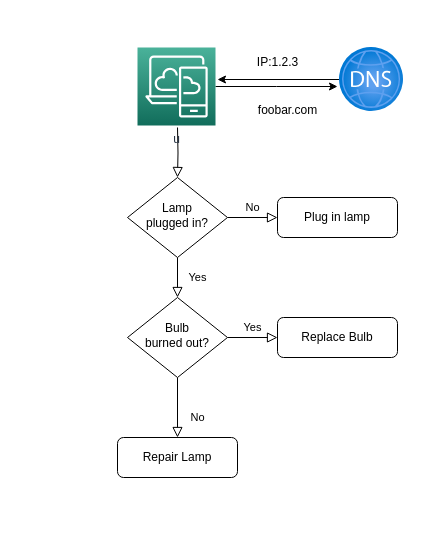
Ayobami6/alx-system_engineering-devops keeps this draw.io diagram as command_line_for_the_win/Web.drawio. Above is the earlier version. Source tidied: cells renumbered, new cells numbered last; positions are measured from the earlier drawing's top-left corner, leaving out a move shared by most shapes. Both pictures are drawn from the tidied source at 100%, with x=0, y=0 at pixel (117, 47).
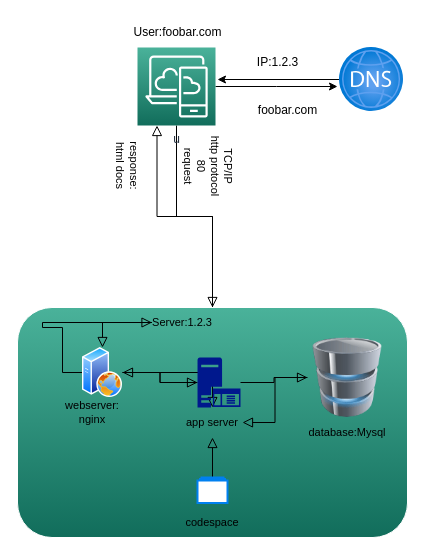
Above is the later version.

The change refers to these unchanged cells:
```xml
<mxCell id="13" value="u" style="sketch=0;points=[[0,0,0],[0.25,0,0],[0.5,0,0],[0.75,0,0],[1,0,0],[0,1,0],[0.25,1,0],[0.5,1,0],[0.75,1,0],[1,1,0],[0,0.25,0],[0,0.5,0],[0,0.75,0],[1,0.25,0],[1,0.5,0],[1,0.75,0]];outlineConnect=0;fontColor=#232F3E;gradientColor=#4AB29A;gradientDirection=north;fillColor=#116D5B;strokeColor=#ffffff;dashed=0;verticalLabelPosition=bottom;verticalAlign=top;align=center;html=1;fontSize=12;fontStyle=0;shape=mxgraph.aws4.resourceIcon;resIcon=mxgraph.aws4.desktop_and_app_streaming;" parent="1" vertex="1">
  <mxGeometry x="20" width="78" height="78" as="geometry" />
</mxCell>
```

The edit, as a diff of the source:
```diff
@@
-    <mxCell id="2" style="rounded=0;html=1;jettySize=auto;fontSize=11;endArrow=block;endFill=0;endSize=8;strokeWidth=1;shadow=0;labelBackgroundColor=none;edgeStyle=orthogonalEdgeStyle;" parent="1" edge="1" target="5">
-      <mxGeometry relative="1" as="geometry">
-        <mxPoint x="60" y="80" as="sourcePoint" />
-      </mxGeometry>
-    </mxCell>
-    <mxCell id="3" value="Yes" style="rounded=0;html=1;jettySize=auto;fontSize=11;endArrow=block;endFill=0;endSize=8;strokeWidth=1;shadow=0;labelBackgroundColor=none;edgeStyle=orthogonalEdgeStyle;" parent="1" edge="1" source="5" target="9">
-      <mxGeometry y="20" relative="1" as="geometry" />
-    </mxCell>
-    <mxCell id="4" value="No" style="edgeStyle=orthogonalEdgeStyle;rounded=0;html=1;jettySize=auto;fontSize=11;endArrow=block;endFill=0;endSize=8;strokeWidth=1;shadow=0;labelBackgroundColor=none;" parent="1" edge="1" source="5" target="6">
-      <mxGeometry y="10" relative="1" as="geometry" />
-    </mxCell>
-    <mxCell id="5" value="Lamp&lt;br&gt;plugged in?" style="rhombus;whiteSpace=wrap;html=1;shadow=0;fontFamily=Helvetica;fontSize=12;align=center;strokeWidth=1;spacing=6;spacingTop=-4;" parent="1" vertex="1">
-      <mxGeometry x="10" y="130" width="100" height="80" as="geometry" />
-    </mxCell>
-    <mxCell id="6" value="Plug in lamp" style="rounded=1;whiteSpace=wrap;html=1;fontSize=12;glass=0;strokeWidth=1;shadow=0;" parent="1" vertex="1">
-      <mxGeometry x="160" y="150" width="120" height="40" as="geometry" />
-    </mxCell>
-    <mxCell id="7" value="No" style="rounded=0;html=1;jettySize=auto;fontSize=11;endArrow=block;endFill=0;endSize=8;strokeWidth=1;shadow=0;labelBackgroundColor=none;edgeStyle=orthogonalEdgeStyle;" parent="1" edge="1" source="9" target="10">
-      <mxGeometry x="0.33" y="20" relative="1" as="geometry" />
-    </mxCell>
-    <mxCell id="8" value="Yes" style="edgeStyle=orthogonalEdgeStyle;rounded=0;html=1;jettySize=auto;fontSize=11;endArrow=block;endFill=0;endSize=8;strokeWidth=1;shadow=0;labelBackgroundColor=none;" parent="1" edge="1" source="9" target="11">
-      <mxGeometry y="10" relative="1" as="geometry" />
-    </mxCell>
-    <mxCell id="9" value="Bulb&lt;br&gt;burned out?" style="rhombus;whiteSpace=wrap;html=1;shadow=0;fontFamily=Helvetica;fontSize=12;align=center;strokeWidth=1;spacing=6;spacingTop=-4;" parent="1" vertex="1">
-      <mxGeometry x="10" y="250" width="100" height="80" as="geometry" />
-    </mxCell>
-    <mxCell id="10" value="Repair Lamp" style="rounded=1;whiteSpace=wrap;html=1;fontSize=12;glass=0;strokeWidth=1;shadow=0;" parent="1" vertex="1">
-      <mxGeometry y="390" width="120" height="40" as="geometry" />
-    </mxCell>
-    <mxCell id="11" value="Replace Bulb" style="rounded=1;whiteSpace=wrap;html=1;fontSize=12;glass=0;strokeWidth=1;shadow=0;" parent="1" vertex="1">
-      <mxGeometry x="160" y="270" width="120" height="40" as="geometry" />
-    </mxCell>
@@
+    <mxCell id="18" style="edgeStyle=orthogonalEdgeStyle;shape=connector;rounded=0;jettySize=auto;html=1;shadow=0;labelBackgroundColor=none;strokeColor=default;strokeWidth=1;fontFamily=Helvetica;fontSize=11;fontColor=default;endArrow=block;endFill=0;endSize=8;" parent="1" edge="1" source="13" target="21">
+      <mxGeometry relative="1" as="geometry" />
+    </mxCell>
@@
+    <mxCell id="19" value="User:foobar.com" style="text;html=1;align=center;verticalAlign=middle;strokeColor=none;fillColor=none;" parent="1" vertex="1">
+      <mxGeometry x="5" y="-30" width="110" height="30" as="geometry" />
+    </mxCell>
+    <mxCell id="20" style="edgeStyle=orthogonalEdgeStyle;shape=connector;rounded=0;jettySize=auto;html=1;shadow=0;labelBackgroundColor=none;strokeColor=default;strokeWidth=1;fontFamily=Helvetica;fontSize=11;fontColor=default;endArrow=block;endFill=0;endSize=8;entryX=0.25;entryY=1;entryDx=0;entryDy=0;entryPerimeter=0;" parent="1" edge="1" source="21" target="13">
+      <mxGeometry relative="1" as="geometry" />
+    </mxCell>
+    <mxCell id="21" style="rounded=1;whiteSpace=wrap;html=1;verticalAlign=top;fillColor=#116D5B;strokeColor=#ffffff;fontColor=#232F3E;sketch=0;gradientColor=#4AB29A;gradientDirection=north;dashed=0;fontStyle=0;" parent="1" vertex="1">
+      <mxGeometry x="-100" y="260" width="390" height="230" as="geometry" />
+    </mxCell>
+    <mxCell id="22" value="codespace" style="text;html=1;strokeColor=none;fillColor=none;align=center;verticalAlign=middle;whiteSpace=wrap;rounded=0;fontSize=11;fontFamily=Helvetica;fontColor=default;" parent="1" vertex="1">
+      <mxGeometry x="65" y="460" width="60" height="30" as="geometry" />
+    </mxCell>
+    <mxCell id="23" style="edgeStyle=orthogonalEdgeStyle;shape=connector;rounded=0;jettySize=auto;html=1;shadow=0;labelBackgroundColor=none;strokeColor=default;strokeWidth=1;fontFamily=Helvetica;fontSize=11;fontColor=default;endArrow=block;endFill=0;endSize=8;" parent="1" edge="1" source="24" target="28">
+      <mxGeometry relative="1" as="geometry" />
+    </mxCell>
+    <mxCell id="24" value="Server:1.2.3" style="text;html=1;strokeColor=none;fillColor=none;align=center;verticalAlign=middle;whiteSpace=wrap;rounded=0;fontSize=11;fontFamily=Helvetica;fontColor=default;" parent="1" vertex="1">
+      <mxGeometry x="34.5" y="260" width="60" height="30" as="geometry" />
+    </mxCell>
+    <mxCell id="25" style="edgeStyle=orthogonalEdgeStyle;shape=connector;rounded=0;jettySize=auto;html=1;shadow=0;labelBackgroundColor=none;strokeColor=default;strokeWidth=1;fontFamily=Helvetica;fontSize=11;fontColor=default;endArrow=block;endFill=0;endSize=8;" parent="1" edge="1" source="28" target="32">
+      <mxGeometry relative="1" as="geometry" />
+    </mxCell>
+    <mxCell id="26" style="edgeStyle=orthogonalEdgeStyle;shape=connector;rounded=0;jettySize=auto;html=1;shadow=0;labelBackgroundColor=none;strokeColor=default;strokeWidth=1;fontFamily=Helvetica;fontSize=11;fontColor=default;endArrow=block;endFill=0;endSize=8;" parent="1" edge="1" source="28" target="35">
+      <mxGeometry relative="1" as="geometry" />
+    </mxCell>
+    <mxCell id="27" style="edgeStyle=orthogonalEdgeStyle;shape=connector;rounded=0;jettySize=auto;html=1;shadow=0;labelBackgroundColor=none;strokeColor=default;strokeWidth=1;fontFamily=Helvetica;fontSize=11;fontColor=default;endArrow=block;endFill=0;endSize=8;" parent="1" edge="1" source="28" target="24">
+      <mxGeometry relative="1" as="geometry">
+        <Array as="points">
+          <mxPoint x="-55" y="325" />
+          <mxPoint x="-55" y="280" />
+          <mxPoint x="-75" y="280" />
+          <mxPoint x="-75" y="275" />
+        </Array>
+      </mxGeometry>
+    </mxCell>
+    <mxCell id="28" style="image;perimeter=ellipsePerimeter;html=1;align=center;shadow=0;dashed=0;spacingTop=3;image=img/lib/active_directory/web_server.svg;fontFamily=Helvetica;fontSize=11;fontColor=default;" parent="1" vertex="1">
+      <mxGeometry x="-35" y="300" width="40" height="50" as="geometry" />
+    </mxCell>
+    <mxCell id="29" value="webserver:&lt;br&gt;nginx" style="text;html=1;strokeColor=none;fillColor=none;align=center;verticalAlign=middle;whiteSpace=wrap;rounded=0;fontSize=11;fontFamily=Helvetica;fontColor=default;" parent="1" vertex="1">
+      <mxGeometry x="-55" y="350" width="60" height="30" as="geometry" />
+    </mxCell>
+    <mxCell id="30" style="edgeStyle=orthogonalEdgeStyle;shape=connector;rounded=0;jettySize=auto;html=1;shadow=0;labelBackgroundColor=none;strokeColor=default;strokeWidth=1;fontFamily=Helvetica;fontSize=11;fontColor=default;endArrow=block;endFill=0;endSize=8;" parent="1" edge="1" source="32" target="28">
+      <mxGeometry relative="1" as="geometry" />
+    </mxCell>
+    <mxCell id="31" style="edgeStyle=orthogonalEdgeStyle;shape=connector;rounded=0;jettySize=auto;html=1;shadow=0;labelBackgroundColor=none;strokeColor=default;strokeWidth=1;fontFamily=Helvetica;fontSize=11;fontColor=default;endArrow=block;endFill=0;endSize=8;" parent="1" edge="1" source="32" target="34">
+      <mxGeometry relative="1" as="geometry" />
+    </mxCell>
+    <mxCell id="32" style="sketch=0;shadow=0;dashed=0;html=1;strokeColor=none;labelPosition=center;verticalLabelPosition=bottom;verticalAlign=top;align=center;fillColor=#00188D;shape=mxgraph.mscae.enterprise.application_server;fontFamily=Helvetica;fontSize=11;fontColor=default;" parent="1" vertex="1">
+      <mxGeometry x="80" y="310" width="43" height="50" as="geometry" />
+    </mxCell>
+    <mxCell id="33" style="edgeStyle=orthogonalEdgeStyle;shape=connector;rounded=0;jettySize=auto;html=1;shadow=0;labelBackgroundColor=none;strokeColor=default;strokeWidth=1;fontFamily=Helvetica;fontSize=11;fontColor=default;endArrow=block;endFill=0;endSize=8;" parent="1" edge="1" source="34" target="35">
+      <mxGeometry relative="1" as="geometry" />
+    </mxCell>
+    <mxCell id="34" style="image;html=1;image=img/lib/clip_art/computers/Database_128x128.png;fontFamily=Helvetica;fontSize=11;fontColor=default;" parent="1" vertex="1">
+      <mxGeometry x="190" y="290" width="80" height="80" as="geometry" />
+    </mxCell>
+    <mxCell id="35" value="app server" style="text;html=1;strokeColor=none;fillColor=none;align=center;verticalAlign=middle;whiteSpace=wrap;rounded=0;fontSize=11;fontFamily=Helvetica;fontColor=default;" parent="1" vertex="1">
+      <mxGeometry x="65" y="360" width="60" height="30" as="geometry" />
+    </mxCell>
+    <mxCell id="36" value="database:Mysql" style="text;html=1;strokeColor=none;fillColor=none;align=center;verticalAlign=middle;whiteSpace=wrap;rounded=0;fontSize=11;fontFamily=Helvetica;fontColor=default;" parent="1" vertex="1">
+      <mxGeometry x="200" y="370" width="60" height="30" as="geometry" />
+    </mxCell>
+    <mxCell id="37" style="edgeStyle=orthogonalEdgeStyle;shape=connector;rounded=0;jettySize=auto;html=1;shadow=0;labelBackgroundColor=none;strokeColor=default;strokeWidth=1;fontFamily=Helvetica;fontSize=11;fontColor=default;endArrow=block;endFill=0;endSize=8;" parent="1" edge="1" source="38" target="35">
+      <mxGeometry relative="1" as="geometry" />
+    </mxCell>
+    <mxCell id="38" style="html=1;verticalLabelPosition=bottom;align=center;labelBackgroundColor=#ffffff;verticalAlign=top;strokeWidth=2;strokeColor=#0080F0;shadow=0;dashed=0;shape=mxgraph.ios7.icons.folders;fontFamily=Helvetica;fontSize=11;fontColor=default;" parent="1" vertex="1">
+      <mxGeometry x="80" y="430" width="30" height="25.5" as="geometry" />
+    </mxCell>
+    <mxCell id="39" value="TCP/IP&lt;br&gt;http protocol&lt;br&gt;80&lt;br&gt;request" style="text;html=1;strokeColor=none;fillColor=none;align=center;verticalAlign=middle;whiteSpace=wrap;rounded=0;fontSize=11;fontFamily=Helvetica;fontColor=default;rotation=90;" parent="1" vertex="1">
+      <mxGeometry x="56.5" y="93.5" width="70" height="50" as="geometry" />
+    </mxCell>
+    <mxCell id="40" value="response:&lt;br&gt;html docs" style="text;html=1;strokeColor=none;fillColor=none;align=center;verticalAlign=middle;whiteSpace=wrap;rounded=0;fontSize=11;fontFamily=Helvetica;fontColor=default;rotation=90;" parent="1" vertex="1">
+      <mxGeometry x="-20" y="103.5" width="60" height="30" as="geometry" />
+    </mxCell>
```
